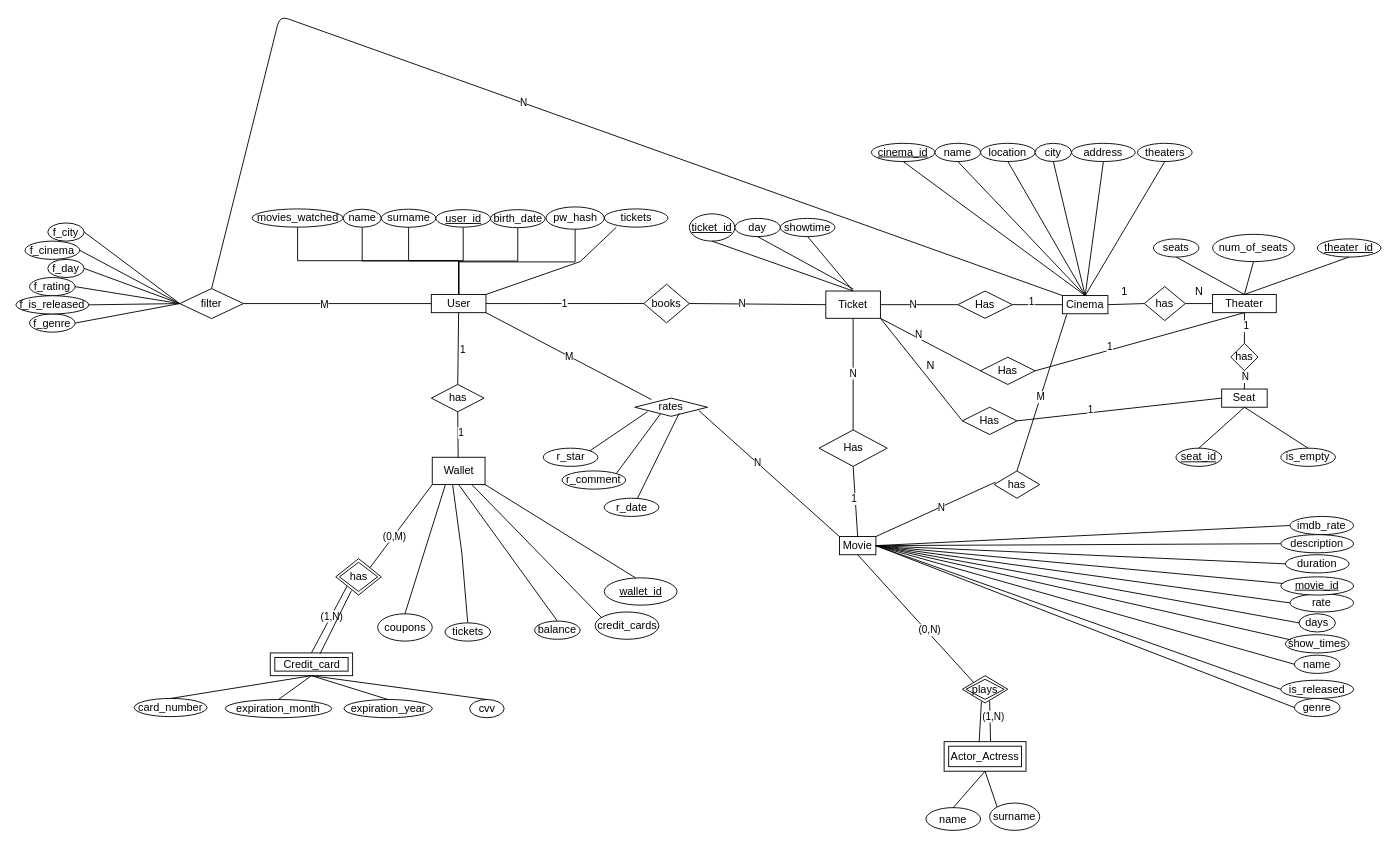
kelma01/dbms_project keeps this draw.io diagram as proje_diagram.drawio. Above is the earlier version. Source tidied: cells renumbered, new cells numbered last; positions are measured from the earlier drawing's top-left corner, leaving out a move shared by most shapes. Both pictures are drawn from the tidied source at 91%, with x=0, y=0 at pixel (15, 15).
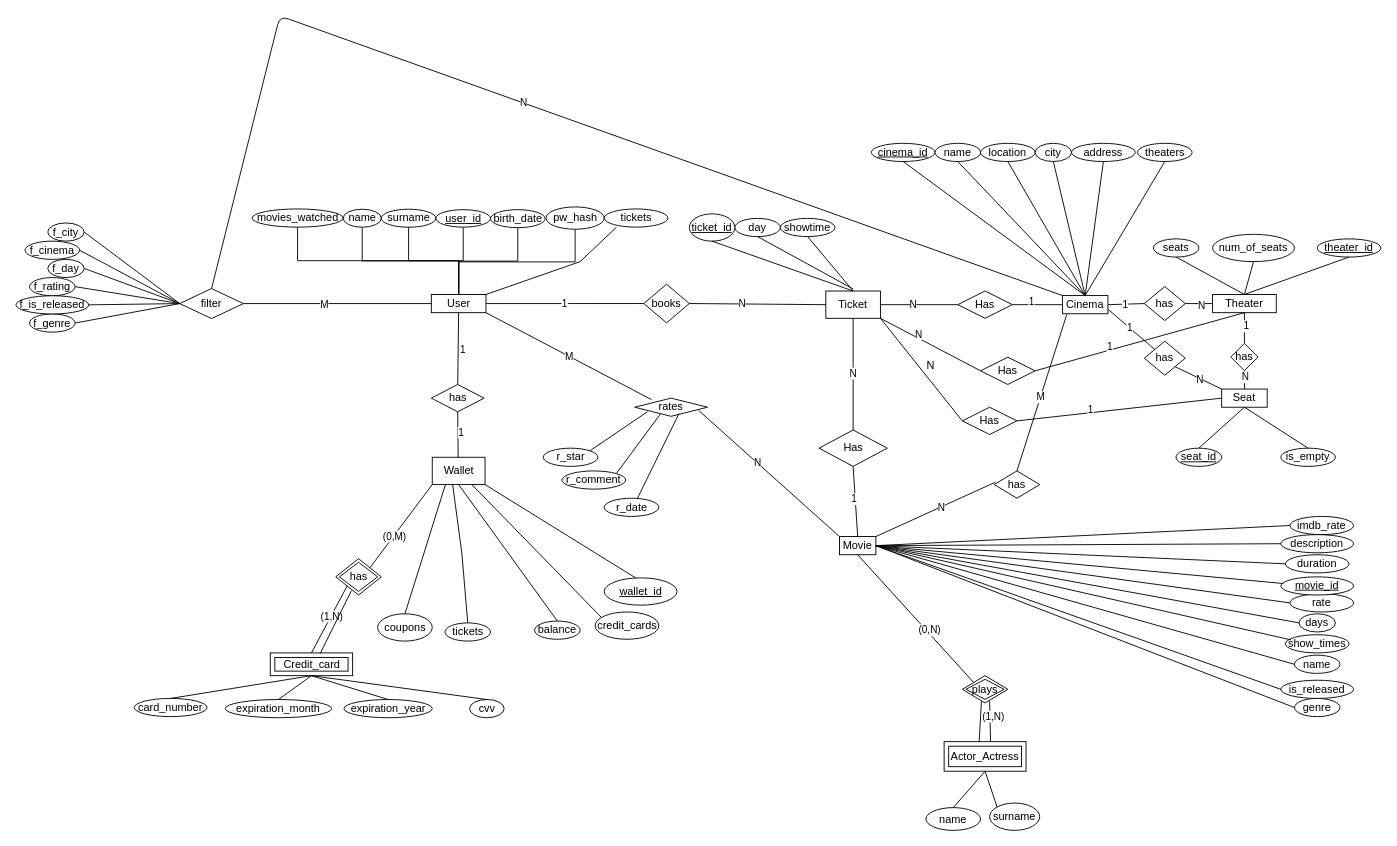
The same page after the edit.

Commit message:
cinema has seat eklendi

The change refers to these unchanged cells:
```xml
<mxCell id="52" value="Cinema" style="whiteSpace=wrap;html=1;" parent="1" vertex="1">
  <mxGeometry x="1150" y="307.3" width="50" height="20" as="geometry" />
</mxCell>
<mxCell id="108" style="edgeStyle=none;jettySize=auto;html=1;rounded=0;exitX=1;exitY=0.5;exitDx=0;exitDy=0;entryX=0;entryY=0.5;entryDx=0;entryDy=0;endArrow=none;" parent="1" edge="1" source="120" target="106">
  <mxGeometry relative="1" as="geometry" />
</mxCell>
<mxCell id="110" value="Seat" style="whiteSpace=wrap;html=1;" parent="1" vertex="1">
  <mxGeometry x="1325" y="410" width="50" height="20" as="geometry" />
</mxCell>
<mxCell id="119" style="edgeStyle=none;jettySize=auto;html=1;rounded=0;exitX=1;exitY=0.5;exitDx=0;exitDy=0;entryX=0;entryY=0.5;entryDx=0;entryDy=0;endArrow=none;" parent="1" edge="1" source="52" target="120">
  <mxGeometry relative="1" as="geometry" />
</mxCell>
```

Diff of the diagram source:
```diff
@@
+    <mxCell id="179" value="N" style="edgeLabel;html=1;align=center;verticalAlign=middle;" parent="108" vertex="1">
+      <mxGeometry x="0.14" y="-2" relative="1" as="geometry" />
+    </mxCell>
@@
+    <mxCell id="180" value="1" style="edgeLabel;html=1;align=center;verticalAlign=middle;" parent="119" vertex="1">
+      <mxGeometry x="-0.04" relative="1" as="geometry" />
+    </mxCell>
@@
-    <mxCell id="139" value="1" style="text;html=1;align=center;verticalAlign=middle;strokeColor=none;fillColor=none;" parent="1" vertex="1">
-      <mxGeometry x="1202.5" y="287.5" width="30" height="30" as="geometry" />
-    </mxCell>
-    <mxCell id="140" value="N" style="text;html=1;align=center;verticalAlign=middle;strokeColor=none;fillColor=none;" parent="1" vertex="1">
-      <mxGeometry x="1284.9" y="287.5" width="30" height="30" as="geometry" />
-    </mxCell>
@@
+    <mxCell id="181" style="edgeStyle=none;jettySize=auto;html=1;rounded=0;exitX=1;exitY=1;exitDx=0;exitDy=0;entryX=0;entryY=0;entryDx=0;entryDy=0;endArrow=none;" parent="1" edge="1" source="185" target="110">
+      <mxGeometry relative="1" as="geometry" />
+    </mxCell>
+    <mxCell id="182" value="N" style="edgeLabel;html=1;align=center;verticalAlign=middle;" parent="181" vertex="1">
+      <mxGeometry x="0.04" y="-1" relative="1" as="geometry" />
+    </mxCell>
+    <mxCell id="183" style="edgeStyle=none;jettySize=auto;html=1;rounded=0;exitX=1;exitY=0.75;exitDx=0;exitDy=0;endArrow=none;" parent="1" edge="1" source="52" target="185">
+      <mxGeometry relative="1" as="geometry" />
+    </mxCell>
+    <mxCell id="184" value="1" style="edgeLabel;html=1;align=center;verticalAlign=middle;" parent="183" vertex="1">
+      <mxGeometry x="-0.09" relative="1" as="geometry" />
+    </mxCell>
+    <mxCell id="185" value="has" style="rhombus;whiteSpace=wrap;html=1;" parent="1" vertex="1">
+      <mxGeometry x="1240" y="357.4" width="45" height="37.4" as="geometry" />
+    </mxCell>
```
